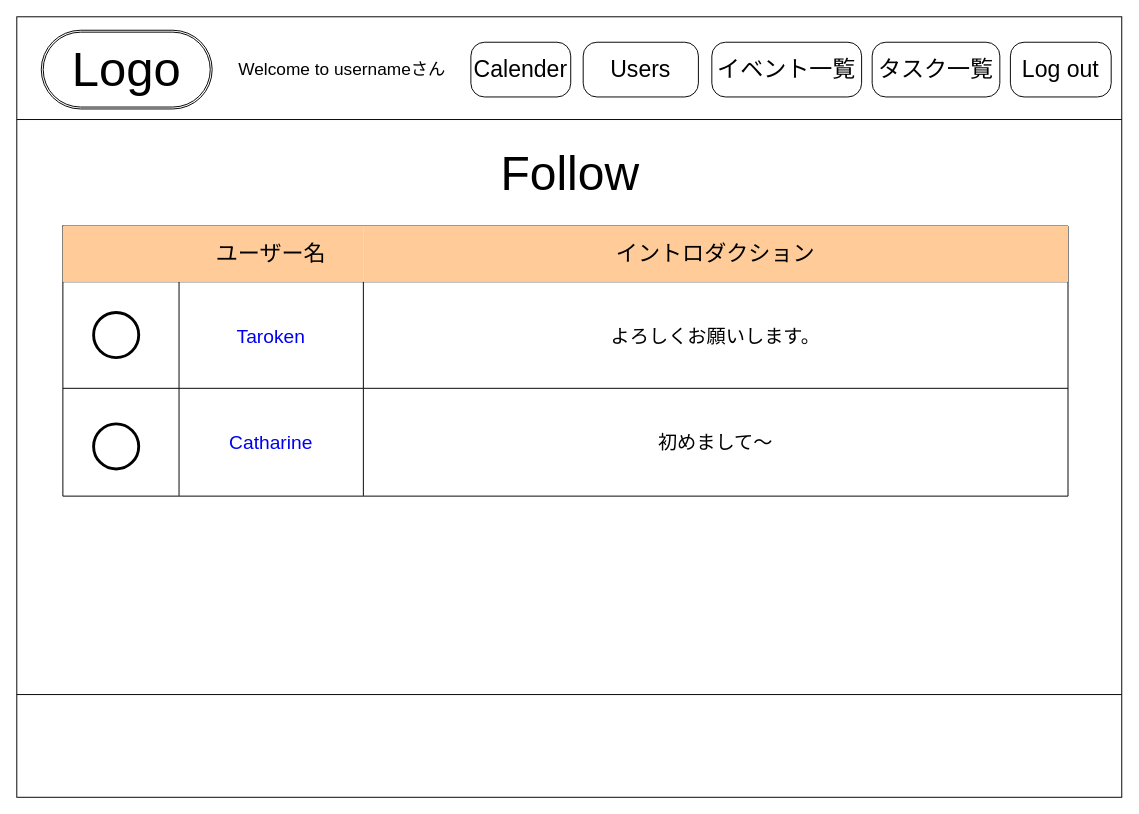
MurapyonCorp/My-Portfolio keeps this draw.io diagram as page "フォロー一覧" (16 of 20) of specification/wire flame.drawio. Above is the earlier version. Source tidied: cells renumbered, new cells numbered last; positions are measured from the earlier drawing's top-left corner, leaving out a move shared by most shapes. Both pictures are drawn from the tidied source at 96%, with x=0, y=0 at pixel (16, 16).
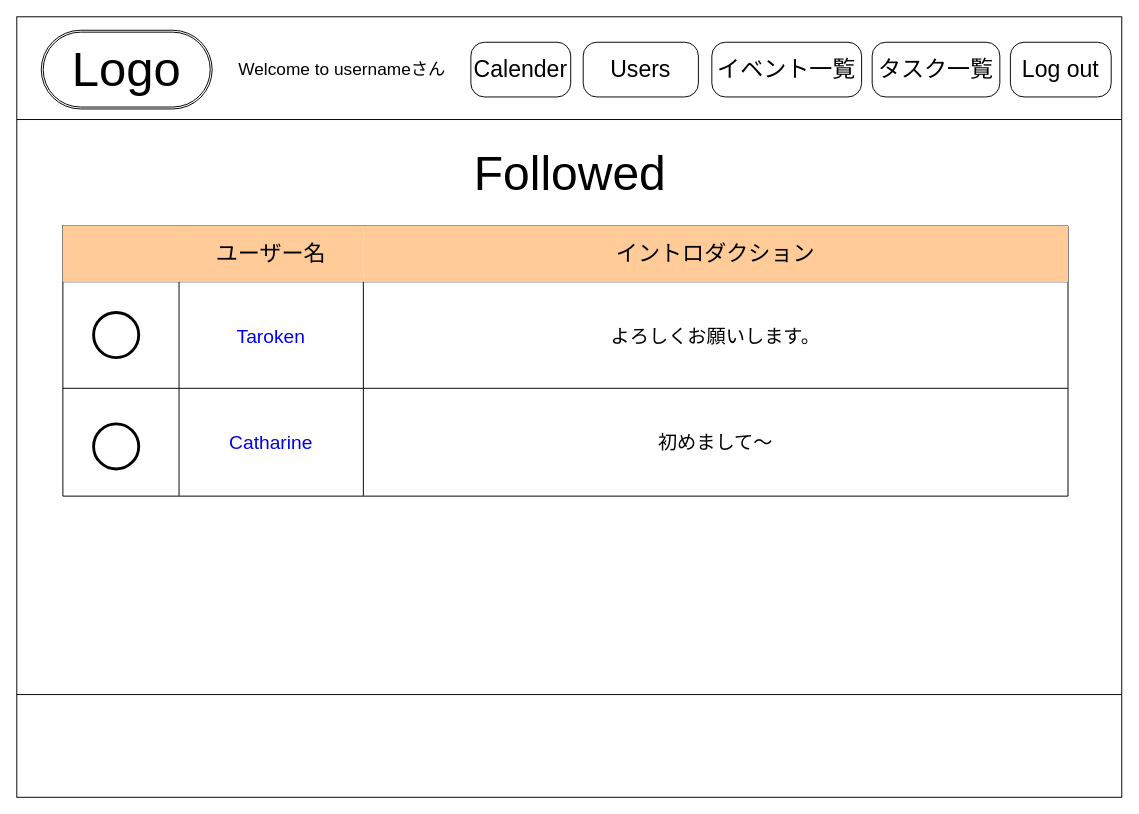
After the change.

Diff of the diagram source:
```diff
@@
-    <mxCell id="9" value="&lt;font color=&quot;#000000&quot;&gt;Follow&lt;/font&gt;" style="text;html=1;strokeColor=none;fillColor=none;align=center;verticalAlign=middle;whiteSpace=wrap;rounded=0;fontSize=50;" parent="1" vertex="1">
+    <mxCell id="9" value="&lt;font color=&quot;#000000&quot;&gt;Followed&lt;/font&gt;" style="text;html=1;strokeColor=none;fillColor=none;align=center;verticalAlign=middle;whiteSpace=wrap;rounded=0;fontSize=50;" parent="1" vertex="1">
       <mxGeometry x="463" y="132" width="227" height="61" as="geometry" />
     </mxCell>
```
